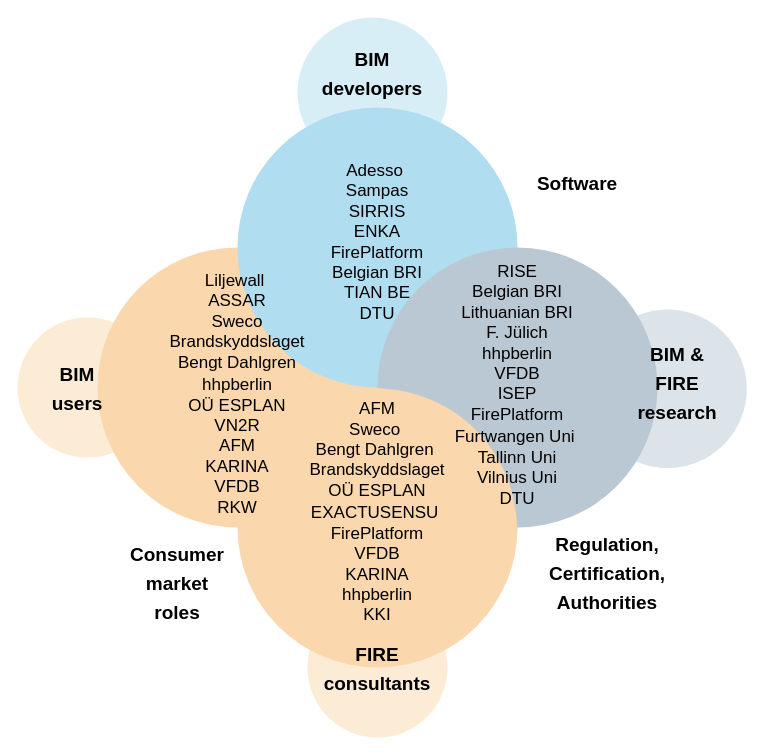
The draw.io diagram diagram/Partners.drawio in Kristoffernegendahl/fireBIM, before the edit. Source tidied: cells renumbered, new cells numbered last; positions are measured from the earlier drawing's top-left corner, leaving out a move shared by most shapes. Both pictures are drawn from the tidied source at 100%, with x=0, y=0 at pixel (17, 17).
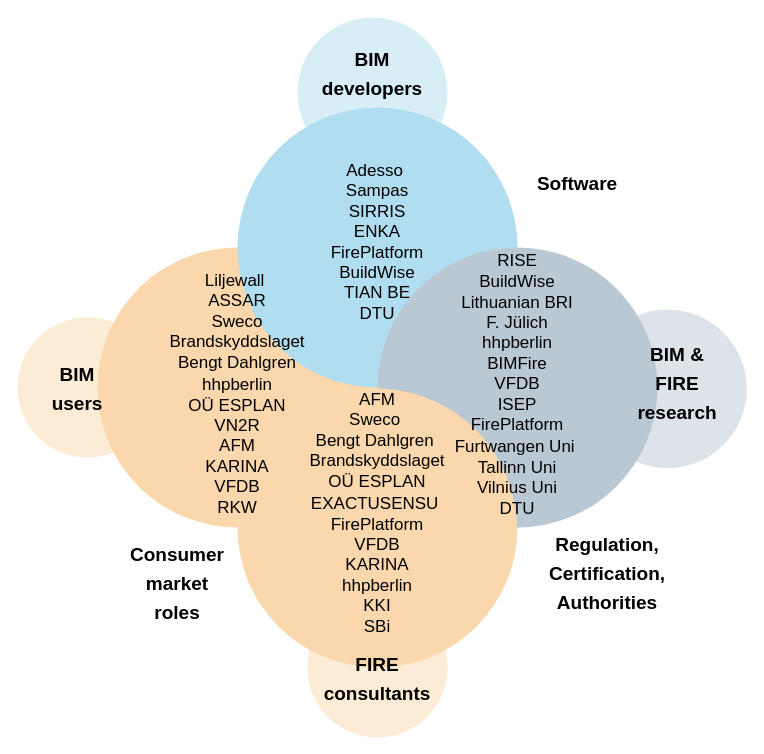
The same page after the edit.

Diff of the diagram source:
```diff
@@
     <mxCell id="12" value="&lt;h1&gt;&lt;font style=&quot;font-size: 19px&quot;&gt;FIRE consultants&lt;/font&gt;&lt;/h1&gt;" style="text;html=1;strokeColor=none;fillColor=none;align=center;verticalAlign=middle;whiteSpace=wrap;rounded=0;" parent="1" vertex="1">
-      <mxGeometry x="330" y="635" width="60" height="30" as="geometry" />
+      <mxGeometry x="330" y="645" width="60" height="30" as="geometry" />
     </mxCell>
@@
-    <mxCell id="15" value="&lt;div style=&quot;font-size: 17px&quot;&gt;&lt;font style=&quot;font-size: 17px&quot;&gt;Adesso&amp;nbsp;&lt;/font&gt;&lt;/div&gt;&lt;div style=&quot;font-size: 17px&quot;&gt;&lt;font style=&quot;font-size: 17px&quot;&gt;Sampas&lt;/font&gt;&lt;/div&gt;&lt;div style=&quot;font-size: 17px&quot;&gt;&lt;font style=&quot;font-size: 17px&quot;&gt;SIRRIS&lt;/font&gt;&lt;/div&gt;&lt;div style=&quot;font-size: 17px&quot;&gt;&lt;span&gt;&lt;font style=&quot;font-size: 17px&quot;&gt;ENKA&lt;/font&gt;&lt;/span&gt;&lt;/div&gt;&lt;div style=&quot;font-size: 17px&quot;&gt;&lt;font style=&quot;font-size: 17px&quot;&gt;FirePlatform&lt;/font&gt;&lt;/div&gt;&lt;div style=&quot;font-size: 17px&quot;&gt;&lt;div&gt;&lt;font style=&quot;font-size: 17px&quot;&gt;&lt;span&gt;Belgian BRI&lt;/span&gt;&lt;br&gt;&lt;/font&gt;&lt;/div&gt;&lt;div&gt;&lt;span&gt;&lt;font style=&quot;font-size: 17px&quot;&gt;TIAN BE&lt;/font&gt;&lt;/span&gt;&lt;/div&gt;&lt;/div&gt;&lt;div style=&quot;font-size: 17px&quot;&gt;&lt;font style=&quot;font-size: 17px&quot;&gt;DTU&lt;/font&gt;&lt;/div&gt;" style="text;html=1;strokeColor=none;fillColor=none;align=center;verticalAlign=middle;whiteSpace=wrap;rounded=0;fontSize=19;" parent="1" vertex="1">
+    <mxCell id="15" value="&lt;div style=&quot;font-size: 17px&quot;&gt;&lt;font style=&quot;font-size: 17px&quot;&gt;Adesso&amp;nbsp;&lt;/font&gt;&lt;/div&gt;&lt;div style=&quot;font-size: 17px&quot;&gt;&lt;font style=&quot;font-size: 17px&quot;&gt;Sampas&lt;/font&gt;&lt;/div&gt;&lt;div style=&quot;font-size: 17px&quot;&gt;&lt;font style=&quot;font-size: 17px&quot;&gt;SIRRIS&lt;/font&gt;&lt;/div&gt;&lt;div style=&quot;font-size: 17px&quot;&gt;&lt;span&gt;&lt;font style=&quot;font-size: 17px&quot;&gt;ENKA&lt;/font&gt;&lt;/span&gt;&lt;/div&gt;&lt;div style=&quot;font-size: 17px&quot;&gt;&lt;font style=&quot;font-size: 17px&quot;&gt;FirePlatform&lt;/font&gt;&lt;/div&gt;&lt;div style=&quot;font-size: 17px&quot;&gt;&lt;div&gt;&lt;font style=&quot;font-size: 17px&quot;&gt;BuildWise&lt;br&gt;&lt;/font&gt;&lt;/div&gt;&lt;div&gt;&lt;span&gt;&lt;font style=&quot;font-size: 17px&quot;&gt;TIAN BE&lt;/font&gt;&lt;/span&gt;&lt;/div&gt;&lt;/div&gt;&lt;div style=&quot;font-size: 17px&quot;&gt;&lt;font style=&quot;font-size: 17px&quot;&gt;DTU&lt;/font&gt;&lt;/div&gt;" style="text;html=1;strokeColor=none;fillColor=none;align=center;verticalAlign=middle;whiteSpace=wrap;rounded=0;fontSize=19;" parent="1" vertex="1">
       <mxGeometry x="270" y="140" width="180" height="170" as="geometry" />
     </mxCell>
-    <mxCell id="16" value="&lt;font style=&quot;font-size: 17px&quot;&gt;RISE&lt;/font&gt;&lt;div style=&quot;font-size: 17px&quot;&gt;&lt;font style=&quot;font-size: 17px&quot;&gt;&lt;span&gt;Belgian BRI&lt;/span&gt;&lt;br&gt;&lt;/font&gt;&lt;/div&gt;&lt;div style=&quot;font-size: 17px&quot;&gt;&lt;font style=&quot;font-size: 17px&quot;&gt;Lithuanian BRI&lt;span&gt;&lt;br&gt;&lt;/span&gt;&lt;/font&gt;&lt;/div&gt;&lt;div style=&quot;font-size: 17px&quot;&gt;&lt;font style=&quot;font-size: 17px&quot;&gt;F.&amp;nbsp;Jülich&lt;br&gt;&lt;/font&gt;&lt;/div&gt;&lt;div style=&quot;font-size: 17px&quot;&gt;&lt;font style=&quot;font-size: 17px&quot;&gt;hhpberlin&lt;/font&gt;&lt;/div&gt;&lt;div style=&quot;font-size: 17px&quot;&gt;&lt;span&gt;&lt;font style=&quot;font-size: 17px&quot;&gt;VFDB&lt;/font&gt;&lt;/span&gt;&lt;/div&gt;&lt;div style=&quot;font-size: 17px&quot;&gt;&lt;font style=&quot;font-size: 17px&quot;&gt;ISEP&lt;/font&gt;&lt;/div&gt;&lt;div style=&quot;font-size: 17px&quot;&gt;&lt;span&gt;&lt;font style=&quot;font-size: 17px&quot;&gt;FirePlatform&lt;/font&gt;&lt;/span&gt;&lt;/div&gt;&lt;font style=&quot;font-size: 17px&quot;&gt;Furtwangen Uni&lt;span&gt;&amp;nbsp;&lt;/span&gt;&lt;br&gt;&lt;/font&gt;&lt;div style=&quot;font-size: 17px&quot;&gt;&lt;font style=&quot;font-size: 17px&quot;&gt;Tallinn Uni&lt;/font&gt;&lt;/div&gt;&lt;div style=&quot;font-size: 17px&quot;&gt;&lt;font style=&quot;font-size: 17px&quot;&gt;&lt;span&gt;Vilnius Uni&lt;/span&gt;&lt;br&gt;&lt;/font&gt;&lt;/div&gt;&lt;div style=&quot;font-size: 17px&quot;&gt;&lt;font style=&quot;font-size: 17px&quot;&gt;DTU&lt;/font&gt;&lt;/div&gt;&lt;div style=&quot;font-size: 17px&quot;&gt;&lt;span&gt;&lt;br&gt;&lt;/span&gt;&lt;/div&gt;" style="text;html=1;strokeColor=none;fillColor=none;align=center;verticalAlign=middle;whiteSpace=wrap;rounded=0;fontSize=19;" parent="1" vertex="1">
+    <mxCell id="16" value="&lt;font style=&quot;font-size: 17px&quot;&gt;RISE&lt;/font&gt;&lt;div style=&quot;font-size: 17px&quot;&gt;&lt;font style=&quot;font-size: 17px&quot;&gt;BuildWise&lt;br&gt;&lt;/font&gt;&lt;/div&gt;&lt;div style=&quot;font-size: 17px&quot;&gt;&lt;font style=&quot;font-size: 17px&quot;&gt;Lithuanian BRI&lt;span&gt;&lt;br&gt;&lt;/span&gt;&lt;/font&gt;&lt;/div&gt;&lt;div style=&quot;font-size: 17px&quot;&gt;&lt;font style=&quot;font-size: 17px&quot;&gt;F.&amp;nbsp;Jülich&lt;br&gt;&lt;/font&gt;&lt;/div&gt;&lt;div style=&quot;font-size: 17px&quot;&gt;&lt;font style=&quot;font-size: 17px&quot;&gt;hhpberlin&lt;/font&gt;&lt;/div&gt;&lt;div style=&quot;font-size: 17px&quot;&gt;&lt;font style=&quot;font-size: 17px&quot;&gt;BIMFire&lt;/font&gt;&lt;/div&gt;&lt;div style=&quot;font-size: 17px&quot;&gt;&lt;span&gt;&lt;font style=&quot;font-size: 17px&quot;&gt;VFDB&lt;/font&gt;&lt;/span&gt;&lt;/div&gt;&lt;div style=&quot;font-size: 17px&quot;&gt;&lt;font style=&quot;font-size: 17px&quot;&gt;ISEP&lt;/font&gt;&lt;/div&gt;&lt;div style=&quot;font-size: 17px&quot;&gt;&lt;span&gt;&lt;font style=&quot;font-size: 17px&quot;&gt;FirePlatform&lt;/font&gt;&lt;/span&gt;&lt;/div&gt;&lt;font style=&quot;font-size: 17px&quot;&gt;Furtwangen Uni&lt;span&gt;&amp;nbsp;&lt;/span&gt;&lt;br&gt;&lt;/font&gt;&lt;div style=&quot;font-size: 17px&quot;&gt;&lt;font style=&quot;font-size: 17px&quot;&gt;Tallinn Uni&lt;/font&gt;&lt;/div&gt;&lt;div style=&quot;font-size: 17px&quot;&gt;&lt;font style=&quot;font-size: 17px&quot;&gt;&lt;span&gt;Vilnius Uni&lt;/span&gt;&lt;br&gt;&lt;/font&gt;&lt;/div&gt;&lt;div style=&quot;font-size: 17px&quot;&gt;&lt;font style=&quot;font-size: 17px&quot;&gt;DTU&lt;/font&gt;&lt;/div&gt;&lt;div style=&quot;font-size: 17px&quot;&gt;&lt;span&gt;&lt;br&gt;&lt;/span&gt;&lt;/div&gt;" style="text;html=1;strokeColor=none;fillColor=none;align=center;verticalAlign=middle;whiteSpace=wrap;rounded=0;fontSize=19;" parent="1" vertex="1">
       <mxGeometry x="410" y="292" width="180" height="170" as="geometry" />
     </mxCell>
-    <mxCell id="17" value="&lt;div style=&quot;font-size: 17px&quot;&gt;&lt;font style=&quot;font-size: 17px&quot;&gt;AFM&lt;/font&gt;&lt;/div&gt;&lt;div style=&quot;font-size: 17px&quot;&gt;&lt;font style=&quot;font-size: 17px&quot;&gt;Sweco&amp;nbsp;&lt;/font&gt;&lt;/div&gt;&lt;div style=&quot;font-size: 17px&quot;&gt;&lt;font style=&quot;font-size: 17px&quot;&gt;Bengt Dahlgren&amp;nbsp;&lt;/font&gt;&lt;/div&gt;&lt;div style=&quot;font-size: 17px&quot;&gt;&lt;font style=&quot;font-size: 17px&quot;&gt;Brandskyddslaget&lt;/font&gt;&lt;/div&gt;&lt;div style=&quot;font-size: 17px&quot;&gt;&lt;span&gt;&lt;font style=&quot;font-size: 17px&quot;&gt;OÜ ESPLAN&lt;/font&gt;&lt;/span&gt;&lt;/div&gt;&lt;font style=&quot;font-size: 17px&quot;&gt;EXACTUSENSU&amp;nbsp;&lt;br&gt;&lt;/font&gt;&lt;div style=&quot;font-size: 17px&quot;&gt;&lt;font style=&quot;font-size: 17px&quot;&gt;FirePlatform&lt;/font&gt;&lt;/div&gt;&lt;div style=&quot;font-size: 17px&quot;&gt;&lt;font style=&quot;font-size: 17px&quot;&gt;VFDB&lt;/font&gt;&lt;/div&gt;&lt;div style=&quot;font-size: 17px&quot;&gt;&lt;font style=&quot;font-size: 17px&quot;&gt;KARINA&lt;br&gt;&lt;/font&gt;&lt;/div&gt;&lt;div style=&quot;font-size: 17px&quot;&gt;&lt;font style=&quot;font-size: 17px&quot;&gt;hhpberlin&lt;/font&gt;&lt;/div&gt;&lt;div style=&quot;font-size: 17px&quot;&gt;&lt;font style=&quot;font-size: 17px&quot;&gt;KKI&lt;/font&gt;&lt;/div&gt;" style="text;html=1;strokeColor=none;fillColor=none;align=center;verticalAlign=middle;whiteSpace=wrap;rounded=0;fontSize=19;" parent="1" vertex="1">
-      <mxGeometry x="270" y="410" width="180" height="170" as="geometry" />
+    <mxCell id="17" value="&lt;div style=&quot;font-size: 17px&quot;&gt;&lt;font style=&quot;font-size: 17px&quot;&gt;AFM&lt;/font&gt;&lt;/div&gt;&lt;div style=&quot;font-size: 17px&quot;&gt;&lt;font style=&quot;font-size: 17px&quot;&gt;Sweco&amp;nbsp;&lt;/font&gt;&lt;/div&gt;&lt;div style=&quot;font-size: 17px&quot;&gt;&lt;font style=&quot;font-size: 17px&quot;&gt;Bengt Dahlgren&amp;nbsp;&lt;/font&gt;&lt;/div&gt;&lt;div style=&quot;font-size: 17px&quot;&gt;&lt;font style=&quot;font-size: 17px&quot;&gt;Brandskyddslaget&lt;/font&gt;&lt;/div&gt;&lt;div style=&quot;font-size: 17px&quot;&gt;&lt;span&gt;&lt;font style=&quot;font-size: 17px&quot;&gt;OÜ ESPLAN&lt;/font&gt;&lt;/span&gt;&lt;/div&gt;&lt;font style=&quot;font-size: 17px&quot;&gt;EXACTUSENSU&amp;nbsp;&lt;br&gt;&lt;/font&gt;&lt;div style=&quot;font-size: 17px&quot;&gt;&lt;font style=&quot;font-size: 17px&quot;&gt;FirePlatform&lt;/font&gt;&lt;/div&gt;&lt;div style=&quot;font-size: 17px&quot;&gt;&lt;font style=&quot;font-size: 17px&quot;&gt;VFDB&lt;/font&gt;&lt;/div&gt;&lt;div style=&quot;font-size: 17px&quot;&gt;&lt;font style=&quot;font-size: 17px&quot;&gt;KARINA&lt;br&gt;&lt;/font&gt;&lt;/div&gt;&lt;div style=&quot;font-size: 17px&quot;&gt;&lt;font style=&quot;font-size: 17px&quot;&gt;hhpberlin&lt;/font&gt;&lt;/div&gt;&lt;div style=&quot;font-size: 17px&quot;&gt;&lt;font style=&quot;font-size: 17px&quot;&gt;KKI&lt;/font&gt;&lt;/div&gt;&lt;div style=&quot;font-size: 17px&quot;&gt;&lt;font style=&quot;font-size: 17px&quot;&gt;SBi&lt;/font&gt;&lt;/div&gt;" style="text;html=1;strokeColor=none;fillColor=none;align=center;verticalAlign=middle;whiteSpace=wrap;rounded=0;fontSize=19;" parent="1" vertex="1">
+      <mxGeometry x="270" y="411" width="180" height="170" as="geometry" />
     </mxCell>
```
